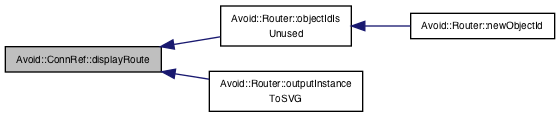
The Graphviz diagram documentation/classAvoid_1_1ConnRef_ab7462cd69bd1d2c4dd318119558b4a94_icgraph.png in mjwybrow/adaptagrams, before a commit. Its source is kept beside it as documentation/classAvoid_1_1ConnRef_ab7462cd69bd1d2c4dd318119558b4a94_icgraph.dot.
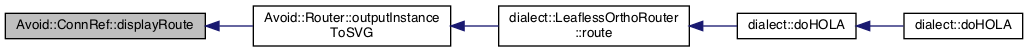
The same file after the commit.

What changed in the source:
```diff
@@ -3,11 +3,13 @@
   edge [fontname="Helvetica",fontsize="10",labelfontname="Helvetica",labelfontsize="10"];
   node [fontname="Helvetica",fontsize="10",shape=record];
   rankdir="LR";
-  Node17 [label="Avoid::ConnRef::displayRoute",height=0.2,width=0.4,color="black", fillcolor="grey75", style="filled", fontcolor="black"];
+  Node16 [label="Avoid::ConnRef::displayRoute",height=0.2,width=0.4,color="black", fillcolor="grey75", style="filled", fontcolor="black"];
+  Node16 -> Node17 [dir="back",color="midnightblue",fontsize="10",style="solid",fontname="Helvetica"];
+  Node17 [label="Avoid::Router::outputInstance\lToSVG",height=0.2,width=0.4,color="black", fillcolor="white", style="filled",URL="$classAvoid_1_1Router.html#a458aae2d6447e0958e4916a8c29bbb47",tooltip="Generates an SVG file containing debug output and code that can be used to regenerate the instance..."];
   Node17 -> Node18 [dir="back",color="midnightblue",fontsize="10",style="solid",fontname="Helvetica"];
-  Node18 [label="Avoid::Router::objectIdIs\lUnused",height=0.2,width=0.4,color="black", fillcolor="white", style="filled",URL="$classAvoid_1_1Router.html#a8f36729c98e13e57d2c56c0d1facf86c",tooltip="Returns whether or not the given ID is already used. "];
+  Node18 [label="dialect::LeaflessOrthoRouter\l::route",height=0.2,width=0.4,color="black", fillcolor="white", style="filled",URL="$classdialect_1_1LeaflessOrthoRouter.html#af58e911020f19a144303fc01e5b8c35e",tooltip="Do the routing. "];
   Node18 -> Node19 [dir="back",color="midnightblue",fontsize="10",style="solid",fontname="Helvetica"];
-  Node19 [label="Avoid::Router::newObjectId",height=0.2,width=0.4,color="black", fillcolor="white", style="filled",URL="$classAvoid_1_1Router.html#a202c28fcb04f7af2183fe6849b4ce2f3",tooltip="Returns the object ID used for automatically generated objects, such as during hyperedge routing..."];
-  Node17 -> Node20 [dir="back",color="midnightblue",fontsize="10",style="solid",fontname="Helvetica"];
-  Node20 [label="Avoid::Router::outputInstance\lToSVG",height=0.2,width=0.4,color="black", fillcolor="white", style="filled",URL="$classAvoid_1_1Router.html#a458aae2d6447e0958e4916a8c29bbb47",tooltip="Generates an SVG file containing debug output and code that can be used to regenerate the instance..."];
+  Node19 [label="dialect::doHOLA",height=0.2,width=0.4,color="black", fillcolor="white", style="filled",URL="$namespacedialect.html#a05ccc4c149e1b5902ec827bfabd3cf76",tooltip="Apply the HOLA layout algorithm to the given Graph. See Steve Kieffer, Tim Dwyer, Kim Marriott..."];
+  Node19 -> Node20 [dir="back",color="midnightblue",fontsize="10",style="solid",fontname="Helvetica"];
+  Node20 [label="dialect::doHOLA",height=0.2,width=0.4,color="black", fillcolor="white", style="filled",URL="$namespacedialect.html#a24766038e1a9ccd99997ea31c42b432a",tooltip="Convenience function to do HOLA layout with default options. "];
 }
```
